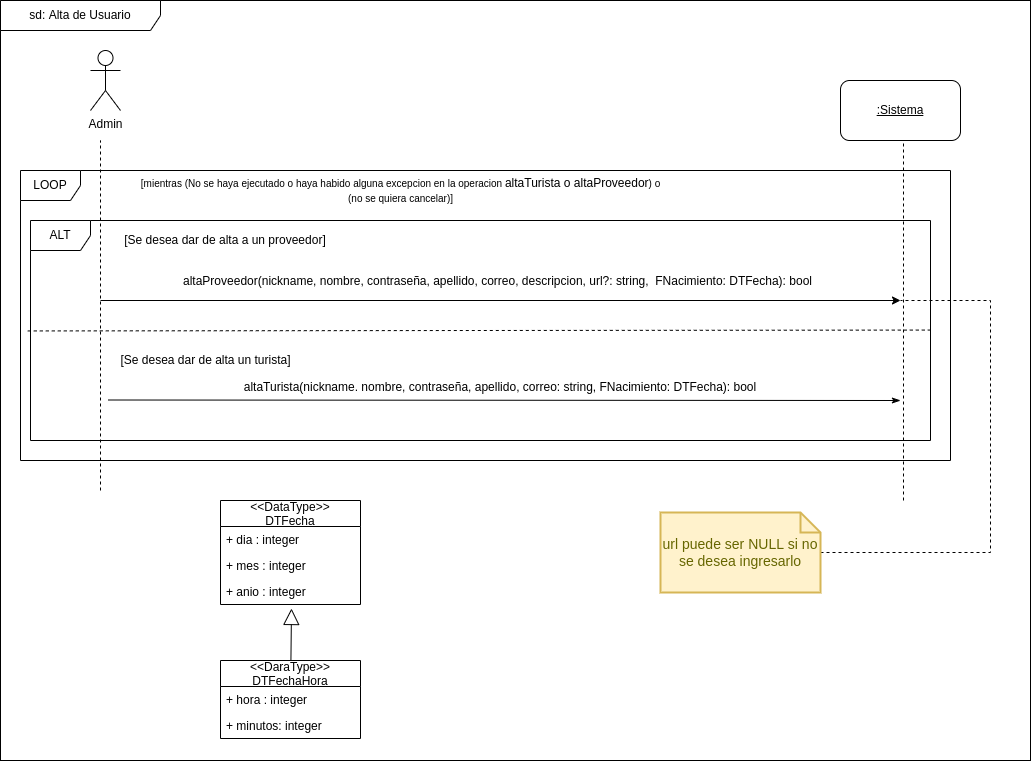
The draw.io diagram docs/Iteración 2/Análisis/DSS Estación de trabajo/altaDeUsuario.png in FacundoDiaz00/Taller-de-Programaci-n, before a commit. Source tidied: cells renumbered, new cells last; positions are measured from the earlier drawing's top-left corner, leaving out a move shared by most shapes.
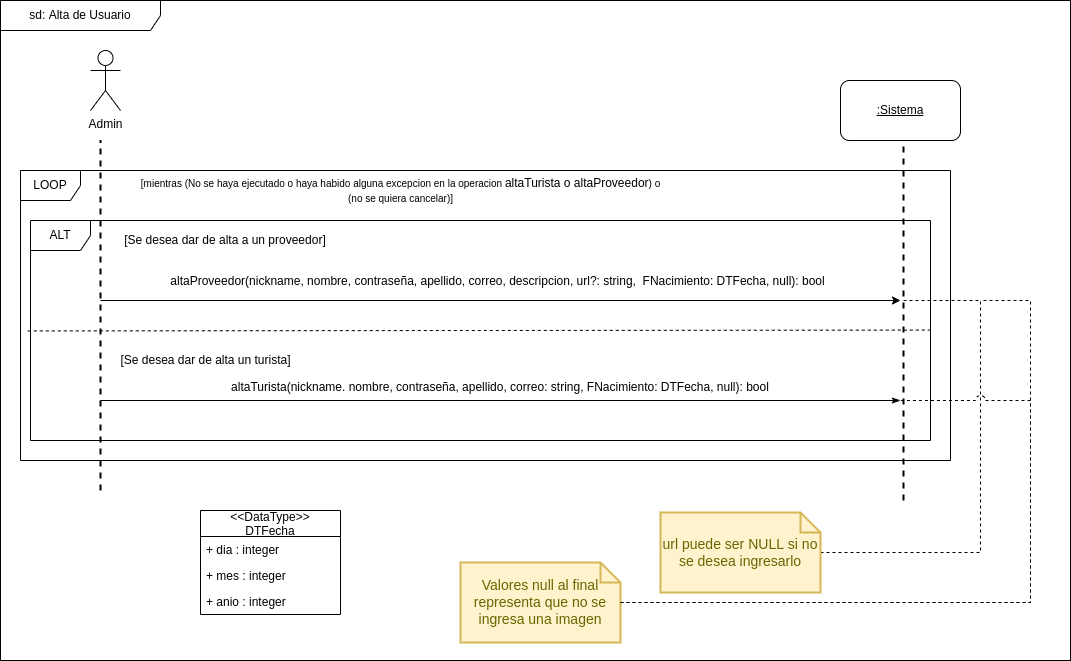
Above is the later version.

Commit message:
Cambio en análisis de estacion de trabajo

Como las altas pueden contener imágenes, pero no desde la estacíon

What changed in the source:
```diff
@@ -3,10 +3,10 @@
     <mxCell id="0" />
     <mxCell id="1" parent="0" />
     <mxCell id="2" style="rounded=0;whiteSpace=wrap;html=1;" parent="1" vertex="1">
-      <mxGeometry width="1030" height="760" as="geometry" />
+      <mxGeometry width="1070" height="660" as="geometry" />
     </mxCell>
     <mxCell id="3" value="sd: Alta de Usuario" style="shape=umlFrame;whiteSpace=wrap;html=1;width=160;height=30;" parent="1" vertex="1">
-      <mxGeometry width="1030" height="760" as="geometry" />
+      <mxGeometry width="1070" height="660" as="geometry" />
     </mxCell>
     <mxCell id="4" value="LOOP" style="shape=umlFrame;whiteSpace=wrap;html=1;" parent="1" vertex="1">
       <mxGeometry x="20" y="170" width="930" height="290" as="geometry" />
@@ -20,7 +20,7 @@
     <mxCell id="7" value="&lt;u&gt;:Sistema&lt;/u&gt;" style="rounded=1;whiteSpace=wrap;html=1;" parent="1" vertex="1">
       <mxGeometry x="840" y="80" width="120" height="60" as="geometry" />
     </mxCell>
-    <mxCell id="8" style="endArrow=none;dashed=1;html=1;entryX=0.5;entryY=1;entryDx=0;entryDy=0;" parent="1" edge="1">
+    <mxCell id="8" style="endArrow=none;dashed=1;html=1;entryX=0.5;entryY=1;entryDx=0;entryDy=0;strokeWidth=2;" parent="1" edge="1">
       <mxGeometry relative="1" as="geometry">
         <mxPoint x="903" y="500" as="sourcePoint" />
         <mxPoint x="903" y="140" as="targetPoint" />
@@ -29,13 +29,13 @@
     <mxCell id="9" value="[Se desea dar de alta a un proveedor]" style="text;html=1;strokeColor=none;fillColor=none;align=center;verticalAlign=middle;whiteSpace=wrap;rounded=0;" parent="1" vertex="1">
       <mxGeometry x="110" y="230" width="230" height="20" as="geometry" />
     </mxCell>
-    <mxCell id="10" value="altaProveedor(nickname, nombre, contraseña, apellido, correo, descripcion, url?: string,&amp;nbsp;&amp;nbsp;FNacimiento: DTFecha): bool" style="text;html=1;strokeColor=none;fillColor=none;align=center;verticalAlign=middle;whiteSpace=wrap;rounded=0;fontSize=12;" parent="1" vertex="1">
+    <mxCell id="10" value="altaProveedor(nickname, nombre, contraseña, apellido, correo, descripcion, url?: string,&amp;nbsp;&amp;nbsp;FNacimiento: DTFecha, null): bool" style="text;html=1;strokeColor=none;fillColor=none;align=center;verticalAlign=middle;whiteSpace=wrap;rounded=0;fontSize=12;" parent="1" vertex="1">
       <mxGeometry x="106.5" y="271" width="780.5" height="20" as="geometry" />
     </mxCell>
     <mxCell id="11" value="[Se desea dar de alta un turista]" style="text;html=1;strokeColor=none;fillColor=none;align=center;verticalAlign=middle;whiteSpace=wrap;rounded=0;" parent="1" vertex="1">
       <mxGeometry x="102.5" y="350" width="205" height="20" as="geometry" />
     </mxCell>
-    <mxCell id="12" value="altaTurista(nickname. nombre, contraseña, apellido, correo: string, FNacimiento: DTFecha): bool" style="text;html=1;strokeColor=none;fillColor=none;align=center;verticalAlign=middle;whiteSpace=wrap;rounded=0;fontSize=12;" parent="1" vertex="1">
+    <mxCell id="12" value="altaTurista(nickname. nombre, contraseña, apellido, correo: string, FNacimiento: DTFecha, null): bool" style="text;html=1;strokeColor=none;fillColor=none;align=center;verticalAlign=middle;whiteSpace=wrap;rounded=0;fontSize=12;" parent="1" vertex="1">
       <mxGeometry x="90" y="377" width="820" height="20" as="geometry" />
     </mxCell>
     <mxCell id="13" style="endArrow=none;dashed=1;html=1;exitX=-0.003;exitY=0.502;exitDx=0;exitDy=0;exitPerimeter=0;entryX=1.003;entryY=0.498;entryDx=0;entryDy=0;entryPerimeter=0;" parent="1" edge="1" source="5" target="5">
@@ -43,11 +43,11 @@
     </mxCell>
     <mxCell id="14" style="endArrow=classicThin;html=1;endFill=1;" parent="1" edge="1">
       <mxGeometry relative="1" as="geometry">
-        <mxPoint x="107.5" y="399.5" as="sourcePoint" />
+        <mxPoint x="100" y="400" as="sourcePoint" />
         <mxPoint x="900" y="400" as="targetPoint" />
       </mxGeometry>
     </mxCell>
-    <mxCell id="15" style="endArrow=none;dashed=1;html=1;" parent="1" edge="1">
+    <mxCell id="15" style="endArrow=none;dashed=1;html=1;strokeWidth=2;" parent="1" edge="1">
       <mxGeometry relative="1" as="geometry">
         <mxPoint x="100" y="490" as="sourcePoint" />
         <mxPoint x="100" y="140" as="targetPoint" />
@@ -59,12 +59,12 @@
         <mxPoint x="900" y="300" as="targetPoint" />
       </mxGeometry>
     </mxCell>
-    <mxCell id="17" style="edgeStyle=orthogonalEdgeStyle;rounded=0;jettySize=auto;html=1;endArrow=none;endFill=0;dashed=1;" parent="1" edge="1" source="18">
+    <mxCell id="17" style="edgeStyle=orthogonalEdgeStyle;rounded=0;jettySize=auto;html=1;endArrow=none;endFill=0;dashed=1;jumpStyle=arc;jumpSize=12;" parent="1" edge="1" source="18">
       <mxGeometry relative="1" as="geometry">
         <mxPoint x="900" y="300" as="targetPoint" />
         <Array as="points">
-          <mxPoint x="990" y="552" />
-          <mxPoint x="990" y="300" />
+          <mxPoint x="980" y="552" />
+          <mxPoint x="980" y="300" />
         </Array>
       </mxGeometry>
     </mxCell>
@@ -72,7 +72,7 @@
       <mxGeometry x="660" y="512" width="160" height="80" as="geometry" />
     </mxCell>
     <mxCell id="19" value="&lt;&lt;DataType&gt;&gt;&#10;DTFecha" style="swimlane;fontStyle=0;horizontal=1;startSize=26;fillColor=none;" parent="1" vertex="1">
-      <mxGeometry x="220" y="500" width="140" height="104" as="geometry" />
+      <mxGeometry x="200" y="510" width="140" height="104" as="geometry" />
     </mxCell>
     <mxCell id="20" value="+ dia : integer" style="text;strokeColor=none;fillColor=none;align=left;verticalAlign=top;spacingLeft=4;spacingRight=4;overflow=hidden;" parent="19" vertex="1">
       <mxGeometry y="26" width="140" height="26" as="geometry" />
@@ -83,20 +83,31 @@
     <mxCell id="22" value="+ anio : integer" style="text;strokeColor=none;fillColor=none;align=left;verticalAlign=top;spacingLeft=4;spacingRight=4;overflow=hidden;points=[[0,0.5],[1,0.5]];portConstraint=eastwest;" parent="19" vertex="1">
       <mxGeometry y="78" width="140" height="26" as="geometry" />
     </mxCell>
-    <mxCell id="23" style="rounded=0;jettySize=auto;html=1;entryX=0.507;entryY=1.154;entryDx=0;entryDy=0;entryPerimeter=0;endArrow=block;endFill=0;endSize=14;" parent="1" edge="1" source="24" target="22">
-      <mxGeometry relative="1" as="geometry" />
-    </mxCell>
-    <mxCell id="24" value="&lt;&lt;DaraType&gt;&gt;&#10;DTFechaHora" style="swimlane;fontStyle=0;horizontal=1;startSize=26;fillColor=none;" parent="1" vertex="1">
-      <mxGeometry x="220" y="660" width="140" height="78" as="geometry" />
-    </mxCell>
-    <mxCell id="25" value="+ hora : integer" style="text;strokeColor=none;fillColor=none;align=left;verticalAlign=top;spacingLeft=4;spacingRight=4;overflow=hidden;" parent="24" vertex="1">
-      <mxGeometry y="26" width="140" height="26" as="geometry" />
-    </mxCell>
-    <mxCell id="26" value="+ minutos: integer" style="text;strokeColor=none;fillColor=none;align=left;verticalAlign=top;spacingLeft=4;spacingRight=4;overflow=hidden;" parent="24" vertex="1">
-      <mxGeometry y="52" width="140" height="26" as="geometry" />
-    </mxCell>
     <mxCell id="27" value="&lt;font style=&quot;font-size: 10px;&quot;&gt;[mientras (No se haya ejecutado o haya habido alguna excepcion en la operacion&amp;nbsp;&lt;span style=&quot;font-size: 12px;&quot;&gt;altaTurista o&amp;nbsp;&lt;/span&gt;&lt;span style=&quot;font-size: 12px;&quot;&gt;altaProveedor&lt;/span&gt;) o&lt;br&gt;(no se quiera cancelar)]&lt;/font&gt;" style="text;html=1;align=center;verticalAlign=middle;strokeColor=none;fillColor=none;" parent="1" vertex="1">
       <mxGeometry x="130" y="170" width="540" height="40" as="geometry" />
     </mxCell>
+    <mxCell id="28" value="Valores null al final representa que no se ingresa una imagen" style="shape=note;strokeWidth=2;fontSize=14;size=20;whiteSpace=wrap;html=1;fillColor=#fff2cc;strokeColor=#d6b656;fontColor=#666600;" parent="1" vertex="1">
+      <mxGeometry x="460" y="562" width="160" height="80" as="geometry" />
+    </mxCell>
+    <mxCell id="29" style="edgeStyle=orthogonalEdgeStyle;rounded=0;orthogonalLoop=1;jettySize=auto;html=1;endArrow=none;endFill=0;dashed=1;" parent="1" edge="1">
+      <mxGeometry relative="1" as="geometry">
+        <mxPoint x="620" y="602" as="sourcePoint" />
+        <mxPoint x="980" y="300" as="targetPoint" />
+        <Array as="points">
+          <mxPoint x="1030" y="602" />
+          <mxPoint x="1030" y="300" />
+        </Array>
+      </mxGeometry>
+    </mxCell>
+    <mxCell id="30" style="edgeStyle=orthogonalEdgeStyle;rounded=0;orthogonalLoop=1;jettySize=auto;html=1;endArrow=none;endFill=0;dashed=1;jumpStyle=arc;jumpSize=10;" parent="1" edge="1">
+      <mxGeometry relative="1" as="geometry">
+        <mxPoint x="620" y="602" as="sourcePoint" />
+        <mxPoint x="900" y="400" as="targetPoint" />
+        <Array as="points">
+          <mxPoint x="1030" y="602" />
+          <mxPoint x="1030" y="400" />
+        </Array>
+      </mxGeometry>
+    </mxCell>
   </root>
 </mxGraphModel>
```
